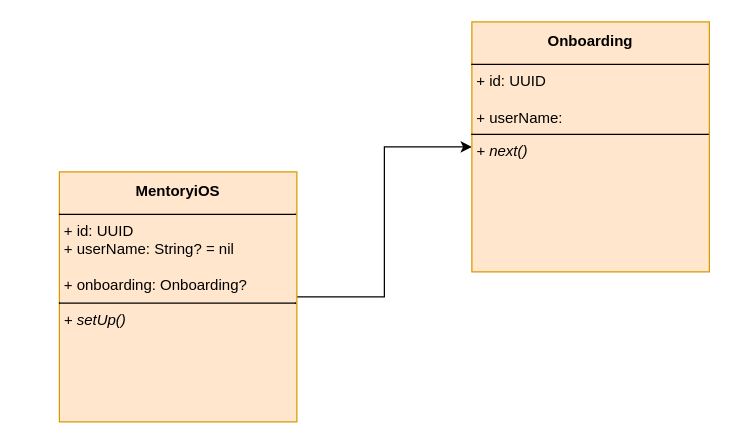
mandooplz/mentory keeps this draw.io diagram as mentory.drawio. Above is the earlier version. Source tidied: cells renumbered, new cells numbered last; positions are measured from the earlier drawing's top-left corner, leaving out a move shared by most shapes. Both pictures are drawn from the tidied source at 125%, with x=0, y=0 at pixel (59, 21).
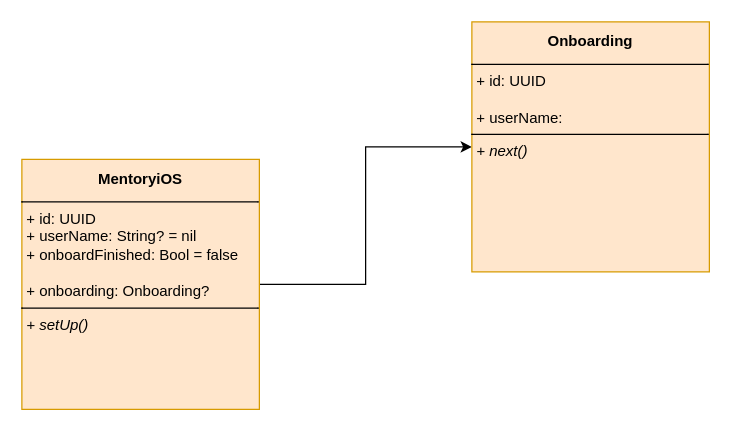
The same page after the edit.

Commit message:
[CHORE] 다이어그램에 MentoryiOS.onboardFinished 상태 추가

Change to the diagram source:
```diff
@@
 <mxGraphModel>
   <root>
     <mxCell id="0" />
     <mxCell id="1" parent="0" />
     <mxCell id="2" style="edgeStyle=orthogonalEdgeStyle;rounded=0;jettySize=auto;html=1;entryX=0;entryY=0.5;entryDx=0;entryDy=0;" parent="1" edge="1" source="3" target="4">
       <mxGeometry relative="1" as="geometry" />
     </mxCell>
-    <mxCell id="3" value="&lt;p style=&quot;margin: 4px 0px 0px; text-align: center; line-height: 200%;&quot;&gt;&lt;b&gt;MentoryiOS&lt;/b&gt;&lt;/p&gt;&lt;hr size=&quot;1&quot; style=&quot;border-style:solid;&quot;&gt;&lt;p style=&quot;margin:0px;margin-left:4px;&quot;&gt;+ id: UUID&lt;/p&gt;&lt;p style=&quot;margin:0px;margin-left:4px;&quot;&gt;+ userName: String? = nil&lt;/p&gt;&lt;p style=&quot;margin:0px;margin-left:4px;&quot;&gt;&lt;br&gt;+ onboarding: Onboarding?&lt;/p&gt;&lt;hr size=&quot;1&quot; style=&quot;border-style:solid;&quot;&gt;&lt;p style=&quot;margin:0px;margin-left:4px;&quot;&gt;&lt;i&gt;+ setUp()&lt;/i&gt;&lt;/p&gt;" style="verticalAlign=top;align=left;overflow=fill;html=1;whiteSpace=wrap;fillColor=#ffe6cc;strokeColor=#d79b00;" parent="1" vertex="1">
-      <mxGeometry y="120" width="190" height="200" as="geometry" />
+    <mxCell id="3" value="&lt;p style=&quot;margin: 4px 0px 0px; text-align: center; line-height: 200%;&quot;&gt;&lt;b&gt;MentoryiOS&lt;/b&gt;&lt;/p&gt;&lt;hr size=&quot;1&quot; style=&quot;border-style:solid;&quot;&gt;&lt;p style=&quot;margin:0px;margin-left:4px;&quot;&gt;+ id: UUID&lt;/p&gt;&lt;p style=&quot;margin:0px;margin-left:4px;&quot;&gt;+ userName: String? = nil&lt;/p&gt;&lt;p style=&quot;margin:0px;margin-left:4px;&quot;&gt;+&amp;nbsp;&lt;span style=&quot;background-color: transparent; color: light-dark(rgb(0, 0, 0), rgb(255, 255, 255));&quot;&gt;onboardFinished: Bool = false&lt;/span&gt;&lt;/p&gt;&lt;p style=&quot;margin:0px;margin-left:4px;&quot;&gt;&lt;br&gt;+ onboarding: Onboarding?&lt;/p&gt;&lt;hr size=&quot;1&quot; style=&quot;border-style:solid;&quot;&gt;&lt;p style=&quot;margin:0px;margin-left:4px;&quot;&gt;&lt;i&gt;+ setUp()&lt;/i&gt;&lt;/p&gt;" style="verticalAlign=top;align=left;overflow=fill;html=1;whiteSpace=wrap;fillColor=#ffe6cc;strokeColor=#d79b00;" parent="1" vertex="1">
+      <mxGeometry x="-30" y="110" width="190" height="200" as="geometry" />
     </mxCell>
     <mxCell id="4" value="&lt;p style=&quot;margin: 4px 0px 0px; text-align: center; line-height: 200%;&quot;&gt;&lt;b&gt;Onboarding&lt;/b&gt;&lt;/p&gt;&lt;hr size=&quot;1&quot; style=&quot;border-style:solid;&quot;&gt;&lt;p style=&quot;margin:0px;margin-left:4px;&quot;&gt;+ id: UUID&lt;/p&gt;&lt;p style=&quot;margin:0px;margin-left:4px;&quot;&gt;&lt;br&gt;+ userName:&amp;nbsp;&lt;/p&gt;&lt;hr size=&quot;1&quot; style=&quot;border-style:solid;&quot;&gt;&lt;p style=&quot;margin:0px;margin-left:4px;&quot;&gt;&lt;i&gt;+ next()&lt;/i&gt;&lt;/p&gt;" style="verticalAlign=top;align=left;overflow=fill;html=1;whiteSpace=wrap;fillColor=#ffe6cc;strokeColor=#d79b00;" parent="1" vertex="1">
       <mxGeometry x="330" width="190" height="200" as="geometry" />
     </mxCell>
   </root>
 </mxGraphModel>
```
